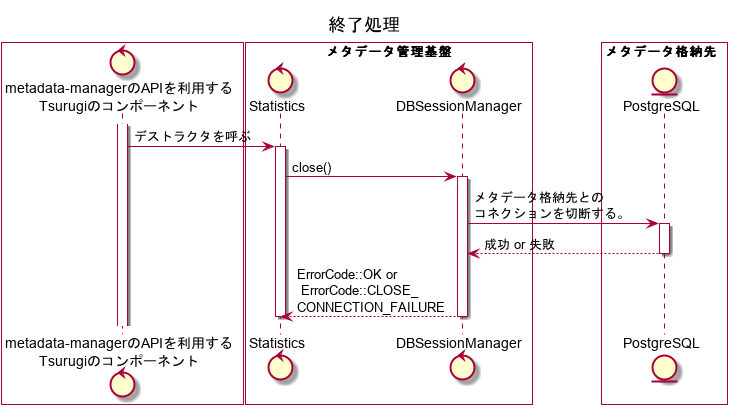
Before: metadata-manager/docs/statistic/02.FD/out/uml/SequenceDiagram_detail/終了処理.png, a diagram exported from PlantUML (project-tsurugi/metadata-manager). Its diagram source:
```plantuml
@startuml
title 終了処理

box #White
control "metadata-managerのAPIを利用する\nTsurugiのコンポーネント" as ogawayama
end box
box "メタデータ管理基盤" #White
control "Statistics" as Statistics
control "DBSessionManager" as DBSessionManager
end box
box メタデータ格納先  #White
entity "PostgreSQL" as metadata_storage
end box

activate ogawayama
ogawayama -> Statistics : デストラクタを呼ぶ
activate Statistics
Statistics -> DBSessionManager : close()
activate DBSessionManager
DBSessionManager -> metadata_storage : メタデータ格納先との\nコネクションを切断する。
activate metadata_storage
DBSessionManager <-- metadata_storage : 成功 or 失敗
deactivate metadata_storage
Statistics <-- DBSessionManager : ErrorCode::OK or\n ErrorCode::CLOSE_\nCONNECTION_FAILURE
deactivate DBSessionManager
deactivate Statistics
deactivate DBSessionManager
@enduml
```
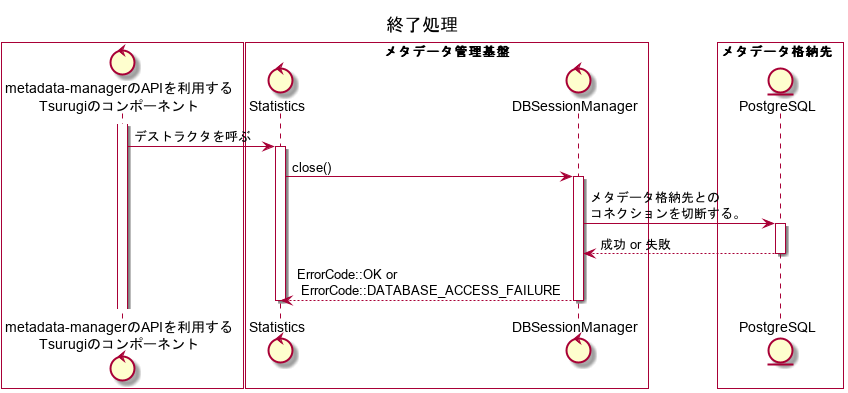
The same file after the commit.

Diff of the diagram source:
```diff
@@ -21,7 +21,7 @@
 activate metadata_storage
 DBSessionManager <-- metadata_storage : 成功 or 失敗
 deactivate metadata_storage
-Statistics <-- DBSessionManager : ErrorCode::OK or\n ErrorCode::CLOSE_\nCONNECTION_FAILURE
+Statistics <-- DBSessionManager : ErrorCode::OK or\n ErrorCode::DATABASE_ACCESS_FAILURE
 deactivate DBSessionManager
 deactivate Statistics
 deactivate DBSessionManager
```
